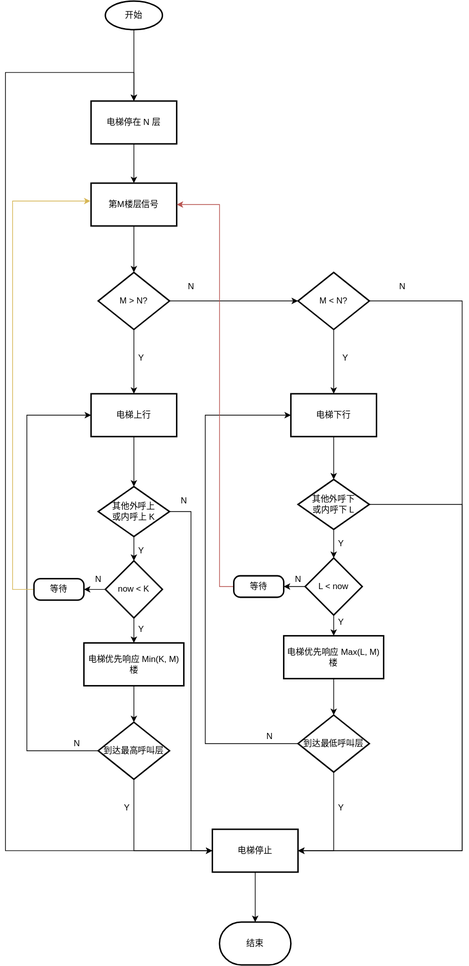
Above: Draw.io/PLC控制四层电梯程序流程图.drawio.svg in InoryLwc/ConfigRepo (draw.io), before the change. Source tidied: cells renumbered, new cells last; positions are measured from the earlier drawing's top-left corner, leaving out a move shared by most shapes.
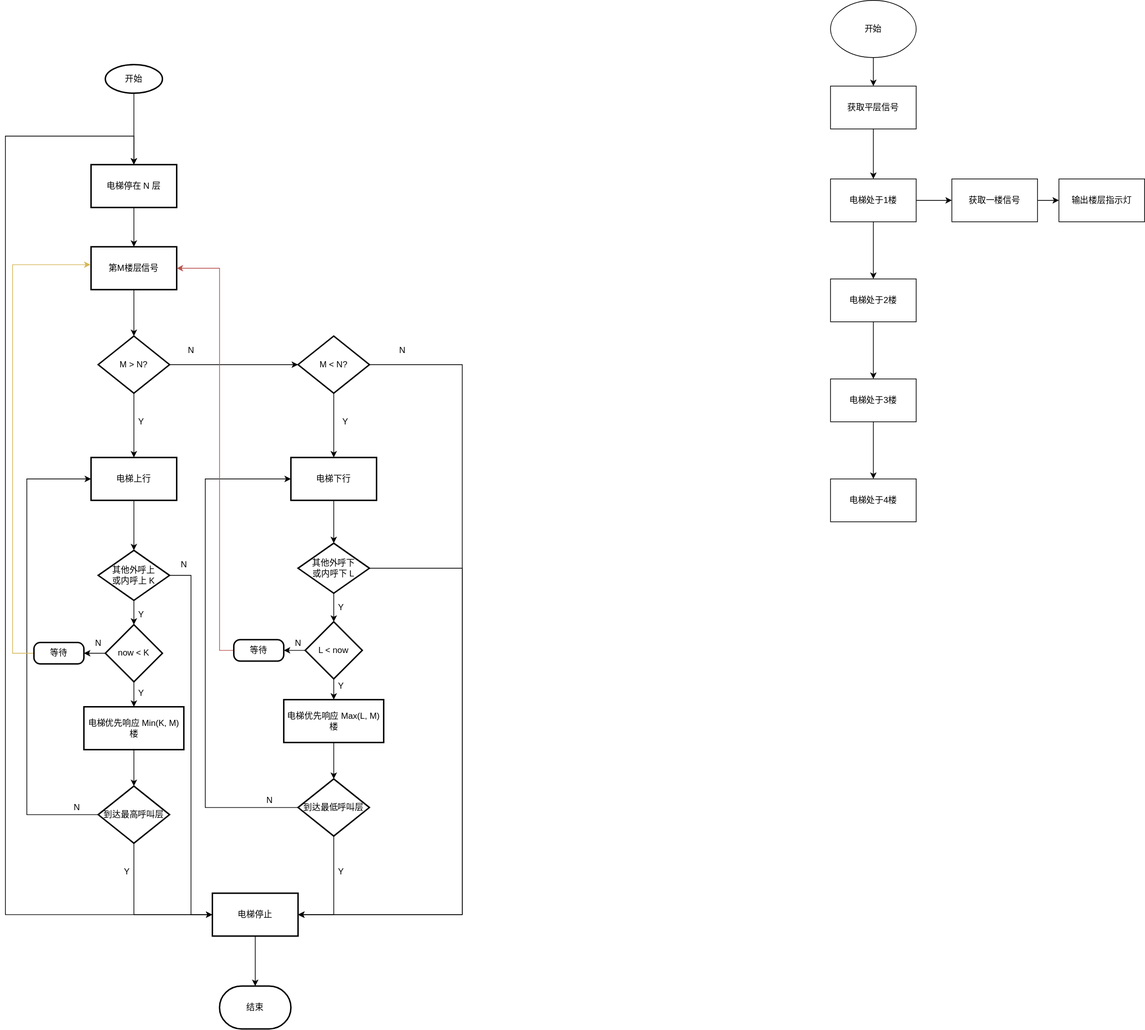
The same file after the commit.

Commit message:
更新PLC控制四层电梯程序流程图.drawio.svg

The edit, as a diff of the source:
```diff
@@ -230,5 +230,50 @@
     <mxCell id="62" value="N" style="text;html=1;align=center;verticalAlign=middle;strokeColor=none;fillColor=none;" parent="1" vertex="1">
       <mxGeometry x="400" y="800" width="20" height="20" as="geometry" />
     </mxCell>
+    <mxCell id="63" style="edgeStyle=orthogonalEdgeStyle;rounded=0;jettySize=auto;html=1;" parent="1" edge="1" source="64" target="76">
+      <mxGeometry relative="1" as="geometry" />
+    </mxCell>
+    <mxCell id="64" value="开始" style="ellipse;whiteSpace=wrap;html=1;" parent="1" vertex="1">
+      <mxGeometry x="1156" y="-90" width="120" height="80" as="geometry" />
+    </mxCell>
+    <mxCell id="65" style="edgeStyle=orthogonalEdgeStyle;rounded=0;jettySize=auto;html=1;" parent="1" edge="1" source="67" target="69">
+      <mxGeometry relative="1" as="geometry" />
+    </mxCell>
+    <mxCell id="66" style="edgeStyle=orthogonalEdgeStyle;rounded=0;jettySize=auto;html=1;" parent="1" edge="1" source="67" target="72">
+      <mxGeometry relative="1" as="geometry" />
+    </mxCell>
+    <mxCell id="67" value="电梯处于1楼" style="whiteSpace=wrap;html=1;" parent="1" vertex="1">
+      <mxGeometry x="1156" y="160" width="120" height="60" as="geometry" />
+    </mxCell>
+    <mxCell id="68" style="edgeStyle=orthogonalEdgeStyle;rounded=0;jettySize=auto;html=1;" parent="1" edge="1" source="69" target="74">
+      <mxGeometry relative="1" as="geometry" />
+    </mxCell>
+    <mxCell id="69" value="电梯处于2楼" style="whiteSpace=wrap;html=1;" parent="1" vertex="1">
+      <mxGeometry x="1156" y="300" width="120" height="60" as="geometry" />
+    </mxCell>
+    <mxCell id="70" value="输出楼层指示灯" style="whiteSpace=wrap;html=1;" parent="1" vertex="1">
+      <mxGeometry x="1476" y="160" width="120" height="60" as="geometry" />
+    </mxCell>
+    <mxCell id="71" style="edgeStyle=orthogonalEdgeStyle;rounded=0;jettySize=auto;html=1;" parent="1" edge="1" source="72" target="70">
+      <mxGeometry relative="1" as="geometry" />
+    </mxCell>
+    <mxCell id="72" value="获取一楼信号" style="whiteSpace=wrap;html=1;" parent="1" vertex="1">
+      <mxGeometry x="1326" y="160" width="120" height="60" as="geometry" />
+    </mxCell>
+    <mxCell id="73" style="edgeStyle=orthogonalEdgeStyle;rounded=0;jettySize=auto;html=1;" parent="1" edge="1" source="74" target="77">
+      <mxGeometry relative="1" as="geometry" />
+    </mxCell>
+    <mxCell id="74" value="电梯处于3楼" style="whiteSpace=wrap;html=1;" parent="1" vertex="1">
+      <mxGeometry x="1156" y="440" width="120" height="60" as="geometry" />
+    </mxCell>
+    <mxCell id="75" style="edgeStyle=orthogonalEdgeStyle;rounded=0;jettySize=auto;html=1;" parent="1" edge="1" source="76" target="67">
+      <mxGeometry relative="1" as="geometry" />
+    </mxCell>
+    <mxCell id="76" value="获取平层信号" style="whiteSpace=wrap;html=1;" parent="1" vertex="1">
+      <mxGeometry x="1156" y="30" width="120" height="60" as="geometry" />
+    </mxCell>
+    <mxCell id="77" value="电梯处于4楼" style="whiteSpace=wrap;html=1;" parent="1" vertex="1">
+      <mxGeometry x="1156" y="580" width="120" height="60" as="geometry" />
+    </mxCell>
   </root>
 </mxGraphModel>
```
